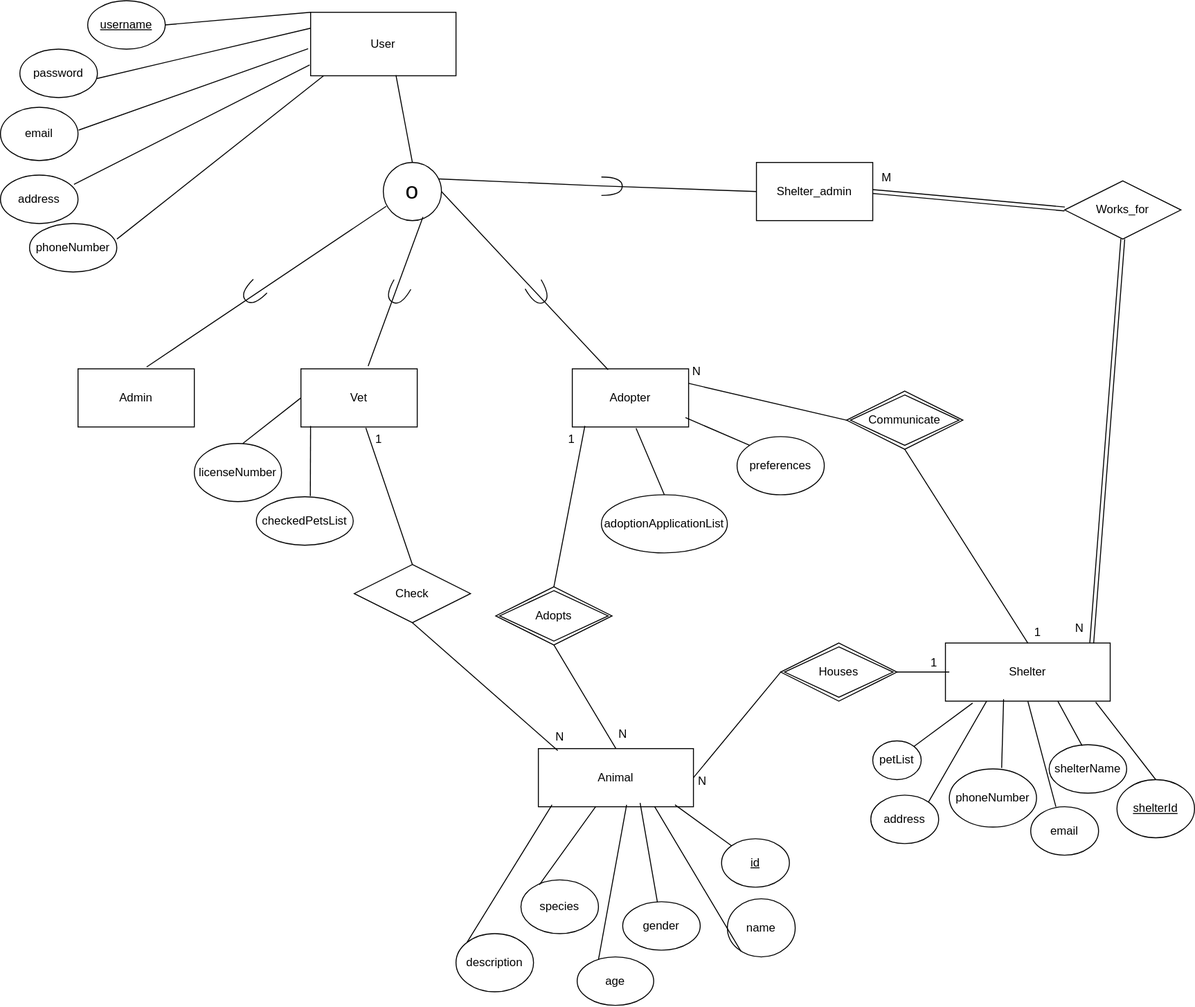
Before: ERdiagram.drawio.svg, a diagram exported from draw.io (Thomaskald/DistributedSystems). Source tidied: cells renumbered, new cells last; positions are measured from the earlier drawing's top-left corner, leaving out a move shared by most shapes.
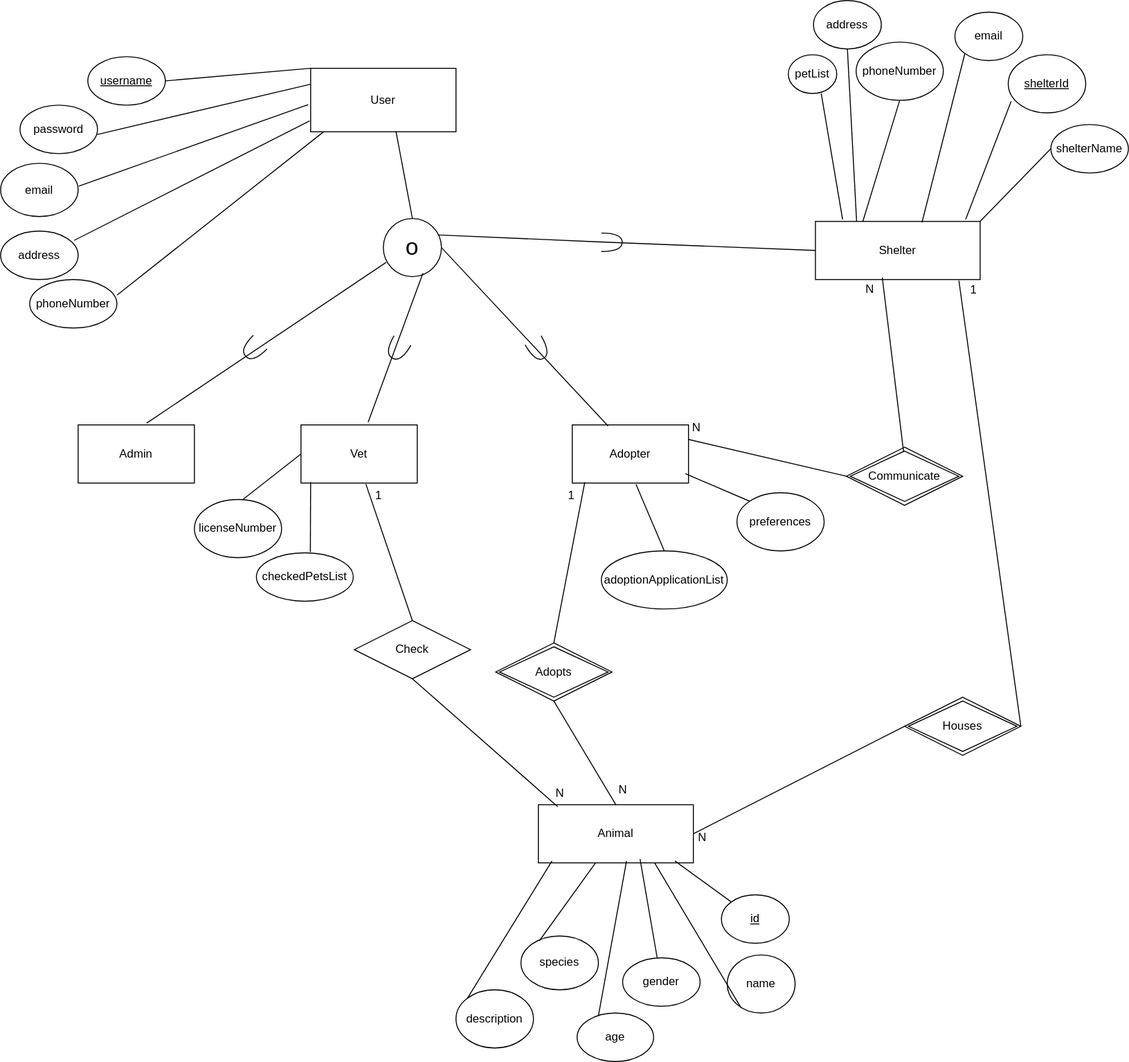
The same file after the commit.

Change to the diagram source:
```diff
@@ -3,7 +3,7 @@
     <mxCell id="0" />
     <mxCell id="1" parent="0" />
     <mxCell id="2" value="Shelter" style="rounded=0;whiteSpace=wrap;html=1;" parent="1" vertex="1">
-      <mxGeometry x="975" y="663" width="170" height="60" as="geometry" />
+      <mxGeometry x="841" y="170" width="170" height="60" as="geometry" />
     </mxCell>
     <mxCell id="3" value="Animal" style="rounded=0;whiteSpace=wrap;html=1;" parent="1" vertex="1">
       <mxGeometry x="555" y="772" width="160" height="60" as="geometry" />
@@ -33,22 +33,22 @@
       <mxGeometry relative="1" as="geometry" />
     </mxCell>
     <mxCell id="12" value="shelterName" style="ellipse;whiteSpace=wrap;html=1;" parent="1" vertex="1">
-      <mxGeometry x="1082" y="768" width="80" height="50" as="geometry" />
+      <mxGeometry x="1084" y="70" width="80" height="50" as="geometry" />
     </mxCell>
     <mxCell id="13" value="&lt;u&gt;shelterId&lt;/u&gt;" style="ellipse;whiteSpace=wrap;html=1;" parent="1" vertex="1">
-      <mxGeometry x="1152" y="804" width="80" height="60" as="geometry" />
+      <mxGeometry x="1040" y="-2" width="80" height="60" as="geometry" />
     </mxCell>
     <mxCell id="14" value="address" style="ellipse;whiteSpace=wrap;html=1;" parent="1" vertex="1">
-      <mxGeometry x="898" y="820" width="70" height="50" as="geometry" />
+      <mxGeometry x="839" y="-58" width="70" height="50" as="geometry" />
     </mxCell>
     <mxCell id="15" value="phoneNumber" style="ellipse;whiteSpace=wrap;html=1;" parent="1" vertex="1">
-      <mxGeometry x="979" y="793" width="90" height="60" as="geometry" />
+      <mxGeometry x="883" y="-15" width="90" height="60" as="geometry" />
     </mxCell>
     <mxCell id="16" value="email" style="ellipse;whiteSpace=wrap;html=1;" parent="1" vertex="1">
-      <mxGeometry x="1063" y="832" width="70" height="50" as="geometry" />
+      <mxGeometry x="985" y="-46" width="70" height="50" as="geometry" />
     </mxCell>
     <mxCell id="17" value="petList" style="ellipse;whiteSpace=wrap;html=1;" parent="1" vertex="1">
-      <mxGeometry x="900" y="764" width="50" height="40" as="geometry" />
+      <mxGeometry x="813" y="-2" width="50" height="40" as="geometry" />
     </mxCell>
     <mxCell id="18" value="User" style="rounded=0;whiteSpace=wrap;html=1;" parent="1" vertex="1">
       <mxGeometry x="320" y="12" width="150" height="65.5" as="geometry" />
@@ -101,22 +101,22 @@
     <mxCell id="34" style="endArrow=none;html=1;rounded=0;entryX=0;entryY=0;entryDx=0;entryDy=0;exitX=0.088;exitY=0.967;exitDx=0;exitDy=0;exitPerimeter=0;" parent="1" edge="1" source="3" target="9">
       <mxGeometry relative="1" as="geometry" />
     </mxCell>
-    <mxCell id="35" style="endArrow=none;html=1;rounded=0;exitX=0.912;exitY=1.017;exitDx=0;exitDy=0;entryX=0.5;entryY=0;entryDx=0;entryDy=0;exitPerimeter=0;" parent="1" edge="1" source="2" target="13">
+    <mxCell id="35" style="endArrow=none;html=1;rounded=0;exitX=0.912;exitY=-0.033;exitDx=0;exitDy=0;entryX=0.038;entryY=0.8;entryDx=0;entryDy=0;exitPerimeter=0;entryPerimeter=0;" parent="1" edge="1" source="2" target="13">
       <mxGeometry relative="1" as="geometry" />
     </mxCell>
-    <mxCell id="36" style="endArrow=none;html=1;rounded=0;exitX=0.682;exitY=1;exitDx=0;exitDy=0;entryX=0.425;entryY=0.02;entryDx=0;entryDy=0;exitPerimeter=0;entryPerimeter=0;" parent="1" edge="1" source="2" target="12">
+    <mxCell id="36" style="endArrow=none;html=1;rounded=0;exitX=1;exitY=0;exitDx=0;exitDy=0;entryX=0;entryY=0.5;entryDx=0;entryDy=0;" parent="1" edge="1" source="2" target="12">
       <mxGeometry relative="1" as="geometry" />
     </mxCell>
-    <mxCell id="37" style="endArrow=none;html=1;rounded=0;exitX=0.5;exitY=1;exitDx=0;exitDy=0;entryX=0.371;entryY=0;entryDx=0;entryDy=0;entryPerimeter=0;" parent="1" edge="1" source="2" target="16">
+    <mxCell id="37" style="endArrow=none;html=1;rounded=0;exitX=0.647;exitY=0.017;exitDx=0;exitDy=0;entryX=0;entryY=1;entryDx=0;entryDy=0;exitPerimeter=0;" parent="1" edge="1" source="2" target="16">
       <mxGeometry relative="1" as="geometry" />
     </mxCell>
-    <mxCell id="38" style="endArrow=none;html=1;rounded=0;exitX=0.6;exitY=-0.017;exitDx=0;exitDy=0;exitPerimeter=0;entryX=0.353;entryY=0.967;entryDx=0;entryDy=0;entryPerimeter=0;" parent="1" edge="1" source="15" target="2">
+    <mxCell id="38" style="endArrow=none;html=1;rounded=0;exitX=0.5;exitY=1;exitDx=0;exitDy=0;entryX=0.288;entryY=0;entryDx=0;entryDy=0;entryPerimeter=0;" parent="1" edge="1" source="15" target="2">
       <mxGeometry relative="1" as="geometry" />
     </mxCell>
-    <mxCell id="39" style="endArrow=none;html=1;rounded=0;exitX=1;exitY=0;exitDx=0;exitDy=0;entryX=0.25;entryY=1;entryDx=0;entryDy=0;" parent="1" edge="1" source="14" target="2">
+    <mxCell id="39" style="endArrow=none;html=1;rounded=0;exitX=0.5;exitY=1;exitDx=0;exitDy=0;entryX=0.25;entryY=0;entryDx=0;entryDy=0;" parent="1" edge="1" source="14" target="2">
       <mxGeometry relative="1" as="geometry" />
     </mxCell>
-    <mxCell id="40" style="endArrow=none;html=1;rounded=0;exitX=1;exitY=0;exitDx=0;exitDy=0;entryX=0.165;entryY=1.033;entryDx=0;entryDy=0;entryPerimeter=0;" parent="1" edge="1" source="17" target="2">
+    <mxCell id="40" style="endArrow=none;html=1;rounded=0;exitX=0.68;exitY=1;exitDx=0;exitDy=0;entryX=0.165;entryY=-0.033;entryDx=0;entryDy=0;entryPerimeter=0;exitPerimeter=0;" parent="1" edge="1" source="17" target="2">
       <mxGeometry relative="1" as="geometry" />
     </mxCell>
     <mxCell id="41" style="endArrow=none;html=1;rounded=0;exitX=0;exitY=0;exitDx=0;exitDy=0;entryX=1;entryY=0.5;entryDx=0;entryDy=0;" parent="1" edge="1" source="18" target="19">
@@ -171,22 +171,14 @@
       <mxGeometry x="544.2" y="292.5" width="21.6" height="19" as="geometry" />
     </mxCell>
     <mxCell id="58" value="Houses" style="shape=rhombus;double=1;perimeter=rhombusPerimeter;whiteSpace=wrap;html=1;align=center;" parent="1" vertex="1">
-      <mxGeometry x="805" y="663" width="120" height="60" as="geometry" />
+      <mxGeometry x="933" y="661" width="120" height="60" as="geometry" />
     </mxCell>
-    <mxCell id="59" style="endArrow=none;html=1;rounded=0;entryX=1;entryY=0.5;entryDx=0;entryDy=0;" parent="1" edge="1" target="58">
-      <mxGeometry relative="1" as="geometry">
-        <mxPoint x="979" y="693" as="sourcePoint" />
-      </mxGeometry>
-    </mxCell>
     <mxCell id="60" style="endArrow=none;html=1;rounded=0;exitX=0;exitY=0.5;exitDx=0;exitDy=0;entryX=1;entryY=0.5;entryDx=0;entryDy=0;" parent="1" edge="1" source="58" target="3">
       <mxGeometry relative="1" as="geometry" />
     </mxCell>
     <mxCell id="61" value="N" style="text;html=1;align=center;verticalAlign=middle;strokeColor=none;fillColor=none;" parent="1" vertex="1">
       <mxGeometry x="710" y="793" width="27" height="26" as="geometry" />
     </mxCell>
-    <mxCell id="62" value="1" style="text;html=1;align=center;verticalAlign=middle;strokeColor=none;fillColor=none;" parent="1" vertex="1">
-      <mxGeometry x="950" y="671" width="25" height="26" as="geometry" />
-    </mxCell>
     <mxCell id="63" value="Adopts" style="shape=rhombus;double=1;perimeter=rhombusPerimeter;whiteSpace=wrap;html=1;align=center;" parent="1" vertex="1">
       <mxGeometry x="511" y="605" width="120" height="60" as="geometry" />
     </mxCell>
@@ -223,19 +215,15 @@
     <mxCell id="74" style="endArrow=none;html=1;rounded=0;exitX=1;exitY=0.25;exitDx=0;exitDy=0;entryX=0;entryY=0.5;entryDx=0;entryDy=0;entryPerimeter=0;" parent="1" edge="1" source="28" target="73">
       <mxGeometry relative="1" as="geometry" />
     </mxCell>
-    <mxCell id="75" style="endArrow=none;html=1;rounded=0;exitX=0.5;exitY=1;exitDx=0;exitDy=0;entryX=0.5;entryY=0;entryDx=0;entryDy=0;" parent="1" edge="1" source="73" target="2">
-      <mxGeometry relative="1" as="geometry" />
+    <mxCell id="75" style="endArrow=none;html=1;rounded=0;entryX=0.406;entryY=0.967;entryDx=0;entryDy=0;entryPerimeter=0;" parent="1" edge="1" target="2">
+      <mxGeometry relative="1" as="geometry">
+        <mxPoint x="932" y="408" as="sourcePoint" />
+      </mxGeometry>
     </mxCell>
-    <mxCell id="76" value="1" style="text;html=1;align=center;verticalAlign=middle;strokeColor=none;fillColor=none;" parent="1" vertex="1">
-      <mxGeometry x="1057" y="639" width="25" height="26" as="geometry" />
-    </mxCell>
     <mxCell id="77" value="N" style="text;html=1;align=center;verticalAlign=middle;strokeColor=none;fillColor=none;" parent="1" vertex="1">
       <mxGeometry x="704" y="370" width="27" height="26" as="geometry" />
     </mxCell>
-    <mxCell id="78" value="Shelter_admin" style="rounded=0;whiteSpace=wrap;html=1;" parent="1" vertex="1">
-      <mxGeometry x="780" y="167" width="120" height="60" as="geometry" />
-    </mxCell>
-    <mxCell id="79" style="endArrow=none;html=1;rounded=0;exitX=0;exitY=0.5;exitDx=0;exitDy=0;entryX=0.95;entryY=0.283;entryDx=0;entryDy=0;entryPerimeter=0;" parent="1" edge="1" source="78" target="50">
+    <mxCell id="79" style="endArrow=none;html=1;rounded=0;exitX=0;exitY=0.5;exitDx=0;exitDy=0;entryX=0.95;entryY=0.283;entryDx=0;entryDy=0;entryPerimeter=0;" parent="1" edge="1" source="2" target="50">
       <mxGeometry relative="1" as="geometry">
         <Array as="points">
           <mxPoint x="615" y="191" />
@@ -245,20 +233,14 @@
     <mxCell id="80" style="shape=requiredInterface;html=1;verticalLabelPosition=bottom;sketch=0;rotation=0;" parent="1" vertex="1">
       <mxGeometry x="620" y="182" width="21.6" height="19" as="geometry" />
     </mxCell>
-    <mxCell id="81" value="Works_for" style="shape=rhombus;perimeter=rhombusPerimeter;whiteSpace=wrap;html=1;align=center;" parent="1" vertex="1">
-      <mxGeometry x="1098" y="186" width="120" height="60" as="geometry" />
-    </mxCell>
-    <mxCell id="82" style="shape=link;html=1;rounded=0;exitX=1;exitY=0.5;exitDx=0;exitDy=0;entryX=0;entryY=0.483;entryDx=0;entryDy=0;entryPerimeter=0;" parent="1" edge="1" source="78" target="81">
-      <mxGeometry relative="1" as="geometry" />
-    </mxCell>
-    <mxCell id="83" style="shape=link;html=1;rounded=0;exitX=0.888;exitY=0;exitDx=0;exitDy=0;entryX=0.5;entryY=1;entryDx=0;entryDy=0;exitPerimeter=0;" parent="1" edge="1" source="2" target="81">
-      <mxGeometry relative="1" as="geometry" />
-    </mxCell>
-    <mxCell id="84" value="M" style="text;html=1;align=center;verticalAlign=middle;strokeColor=none;fillColor=none;" parent="1" vertex="1">
-      <mxGeometry x="900" y="170" width="28" height="26" as="geometry" />
-    </mxCell>
     <mxCell id="85" value="N" style="text;html=1;align=center;verticalAlign=middle;strokeColor=none;fillColor=none;" parent="1" vertex="1">
-      <mxGeometry x="1099" y="635" width="27" height="26" as="geometry" />
+      <mxGeometry x="883" y="227" width="27" height="26" as="geometry" />
     </mxCell>
+    <mxCell id="86" style="endArrow=none;html=1;rounded=0;exitX=1;exitY=0.5;exitDx=0;exitDy=0;entryX=0.871;entryY=1.017;entryDx=0;entryDy=0;entryPerimeter=0;" parent="1" edge="1" source="58" target="2">
+      <mxGeometry relative="1" as="geometry" />
+    </mxCell>
+    <mxCell id="87" value="1" style="text;html=1;align=center;verticalAlign=middle;strokeColor=none;fillColor=none;" parent="1" vertex="1">
+      <mxGeometry x="991" y="228" width="25" height="26" as="geometry" />
+    </mxCell>
   </root>
 </mxGraphModel>
```
